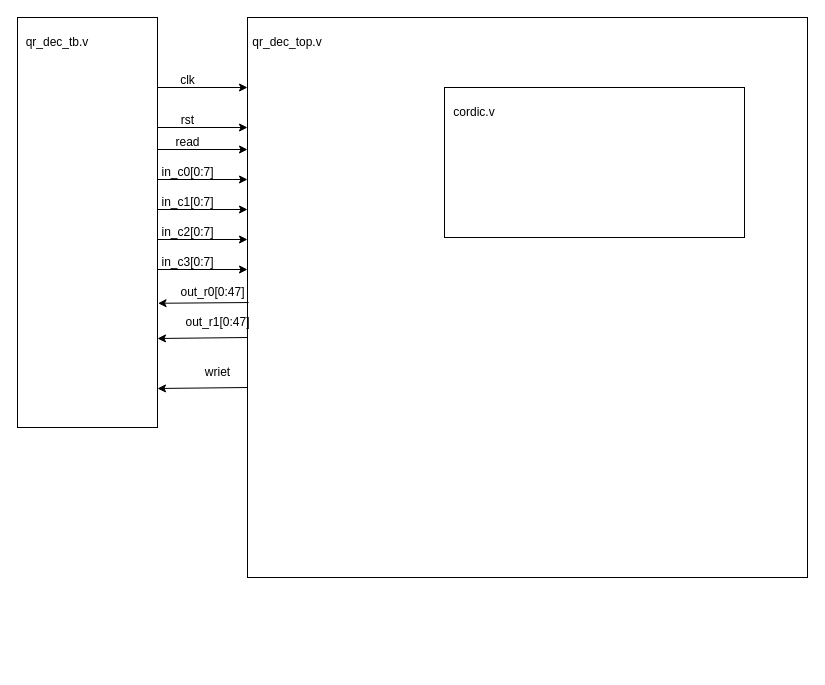
jihuien/ML100Days keeps this draw.io diagram as qr_dec_system.drawio. Above is the earlier version. Source tidied: cells renumbered, new cells numbered last; positions are measured from the earlier drawing's top-left corner, leaving out a move shared by most shapes. Both pictures are drawn from the tidied source at 100%, with x=0, y=0 at pixel (17, 17).
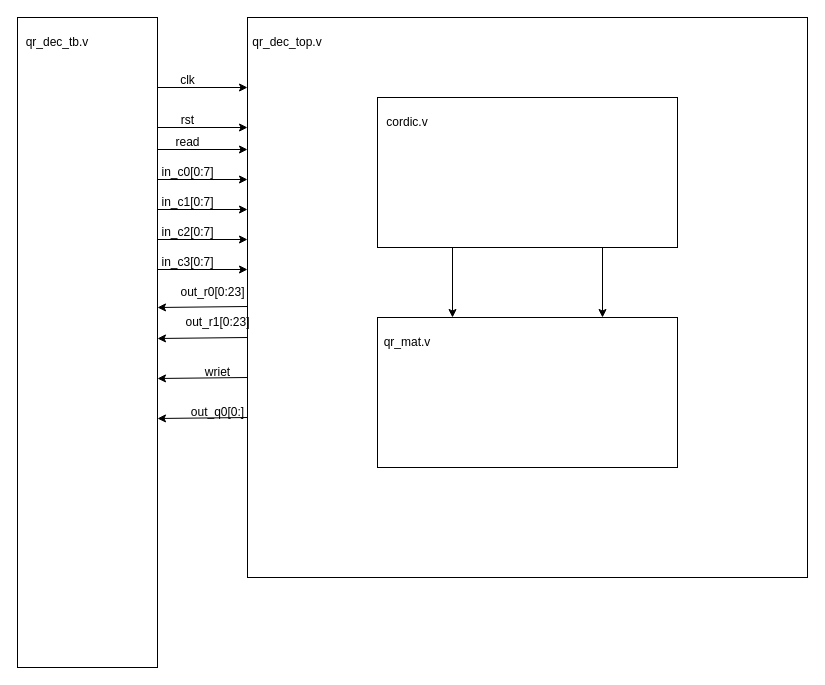
The same diagram, later.

Commit message:
修正submodel 新增IO

Unchanged cells that the change refers to:
```xml
<mxCell id="2" style="whiteSpace=wrap;html=1;" parent="1" vertex="1">
  <mxGeometry x="230" width="560" height="560" as="geometry" />
</mxCell>
<mxCell id="10" style="rounded=0;whiteSpace=wrap;html=1;" parent="9" vertex="1">
  <mxGeometry width="300" height="150" as="geometry" />
</mxCell>
```

What changed in the source:
```diff
@@
     <mxCell id="3" style="rounded=0;whiteSpace=wrap;html=1;" parent="1" vertex="1">
-      <mxGeometry width="140" height="410" as="geometry" />
+      <mxGeometry width="140" height="650" as="geometry" />
     </mxCell>
@@
     <mxCell id="9" style="group;" parent="1" vertex="1">
-      <mxGeometry x="427" y="70" width="300" height="150" as="geometry" />
+      <mxGeometry x="360" y="80" width="300" height="150" as="geometry" />
     </mxCell>
@@
-    <mxCell id="21" style="endArrow=classic;html=1;rounded=0;exitX=0.002;exitY=0.509;exitDx=0;exitDy=0;exitPerimeter=0;entryX=1.004;entryY=0.697;entryDx=0;entryDy=0;entryPerimeter=0;" parent="1" edge="1" source="2" target="3">
-      <mxGeometry relative="1" as="geometry" />
-    </mxCell>
-    <mxCell id="22" value="out_r0[0:47]" style="text;html=1;align=center;verticalAlign=middle;strokeColor=none;fillColor=none;" parent="1" vertex="1">
+    <mxCell id="22" value="out_r0[0:23]" style="text;html=1;align=center;verticalAlign=middle;strokeColor=none;fillColor=none;" parent="1" vertex="1">
       <mxGeometry x="150" y="260" width="90" height="30" as="geometry" />
     </mxCell>
-    <mxCell id="23" value="out_r1[0:47]" style="text;html=1;align=center;verticalAlign=middle;strokeColor=none;fillColor=none;" parent="1" vertex="1">
+    <mxCell id="23" value="out_r1[0:23]" style="text;html=1;align=center;verticalAlign=middle;strokeColor=none;fillColor=none;" parent="1" vertex="1">
       <mxGeometry x="155" y="290" width="90" height="30" as="geometry" />
     </mxCell>
-    <mxCell id="24" style="endArrow=classic;html=1;rounded=0;exitX=0.002;exitY=0.509;exitDx=0;exitDy=0;exitPerimeter=0;entryX=1.004;entryY=0.697;entryDx=0;entryDy=0;entryPerimeter=0;" parent="1" edge="1">
-      <mxGeometry relative="1" as="geometry">
-        <mxPoint x="230" y="370" as="sourcePoint" />
-        <mxPoint x="140" y="371" as="targetPoint" />
-      </mxGeometry>
-    </mxCell>
-    <mxCell id="25" value="wriet" style="text;html=1;align=center;verticalAlign=middle;strokeColor=none;fillColor=none;" parent="1" vertex="1">
-      <mxGeometry x="175" y="340" width="50" height="30" as="geometry" />
-    </mxCell>
@@
+    <mxCell id="29" style="group;" parent="1" vertex="1">
+      <mxGeometry x="360" y="300" width="300" height="150" as="geometry" />
+    </mxCell>
+    <mxCell id="30" style="rounded=0;whiteSpace=wrap;html=1;" parent="29" vertex="1">
+      <mxGeometry width="300" height="150" as="geometry" />
+    </mxCell>
+    <mxCell id="31" value="qr_mat.v" style="text;html=1;align=center;verticalAlign=middle;whiteSpace=wrap;rounded=0;" parent="29" vertex="1">
+      <mxGeometry y="10" width="60" height="30" as="geometry" />
+    </mxCell>
+    <mxCell id="32" style="edgeStyle=orthogonalEdgeStyle;rounded=0;jettySize=auto;html=1;exitX=0.25;exitY=1;exitDx=0;exitDy=0;entryX=0.25;entryY=0;entryDx=0;entryDy=0;fontFamily=Helvetica;fontSize=12;fontColor=default;" parent="1" edge="1" source="10" target="30">
+      <mxGeometry relative="1" as="geometry" />
+    </mxCell>
+    <mxCell id="33" style="edgeStyle=orthogonalEdgeStyle;rounded=0;jettySize=auto;html=1;exitX=0.75;exitY=1;exitDx=0;exitDy=0;entryX=0.75;entryY=0;entryDx=0;entryDy=0;fontFamily=Helvetica;fontSize=12;fontColor=default;" parent="1" edge="1" source="10" target="30">
+      <mxGeometry relative="1" as="geometry" />
+    </mxCell>
+    <mxCell id="34" style="endArrow=classic;html=1;rounded=0;exitX=0.002;exitY=0.509;exitDx=0;exitDy=0;exitPerimeter=0;entryX=1.004;entryY=0.697;entryDx=0;entryDy=0;entryPerimeter=0;" parent="1" edge="1">
+      <mxGeometry relative="1" as="geometry">
+        <mxPoint x="230" y="289" as="sourcePoint" />
+        <mxPoint x="140" y="290" as="targetPoint" />
+      </mxGeometry>
+    </mxCell>
+    <mxCell id="35" style="group;" parent="1" vertex="1">
+      <mxGeometry x="140" y="340" width="90" height="30" as="geometry" />
+    </mxCell>
+    <mxCell id="24" style="endArrow=classic;html=1;rounded=0;exitX=0.002;exitY=0.509;exitDx=0;exitDy=0;exitPerimeter=0;entryX=1.004;entryY=0.697;entryDx=0;entryDy=0;entryPerimeter=0;" parent="35" edge="1">
+      <mxGeometry relative="1" as="geometry">
+        <mxPoint x="90" y="20" as="sourcePoint" />
+        <mxPoint y="21" as="targetPoint" />
+      </mxGeometry>
+    </mxCell>
+    <mxCell id="25" value="wriet" style="text;html=1;align=center;verticalAlign=middle;strokeColor=none;fillColor=none;" parent="35" vertex="1">
+      <mxGeometry x="35" width="50" height="30" as="geometry" />
+    </mxCell>
+    <mxCell id="36" style="group;" parent="1" vertex="1">
+      <mxGeometry x="140" y="380" width="100" height="30" as="geometry" />
+    </mxCell>
+    <mxCell id="37" style="endArrow=classic;html=1;rounded=0;exitX=0.002;exitY=0.509;exitDx=0;exitDy=0;exitPerimeter=0;entryX=1.004;entryY=0.697;entryDx=0;entryDy=0;entryPerimeter=0;" parent="36" edge="1">
+      <mxGeometry relative="1" as="geometry">
+        <mxPoint x="90" y="20" as="sourcePoint" />
+        <mxPoint y="21" as="targetPoint" />
+      </mxGeometry>
+    </mxCell>
+    <mxCell id="38" value="out_q0[0:]" style="text;html=1;align=center;verticalAlign=middle;strokeColor=none;fillColor=none;" parent="36" vertex="1">
+      <mxGeometry x="20" width="80" height="30" as="geometry" />
+    </mxCell>
```
